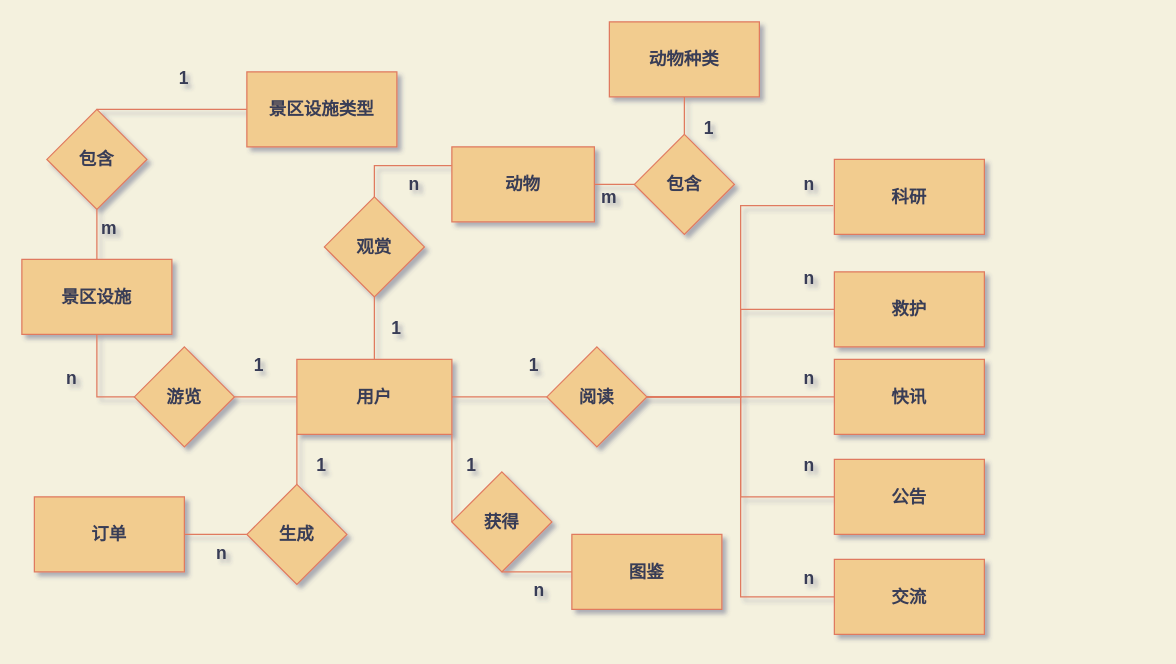
Earlier version of the draw.io diagram Untitled Diagram.drawio (Kyrenexf/zootourIMG). Source tidied: cells renumbered, new cells numbered last; positions are measured from the earlier drawing's top-left corner, leaving out a move shared by most shapes. Both pictures are drawn from the tidied source at 125%, with x=0, y=0 at pixel (21, 21).
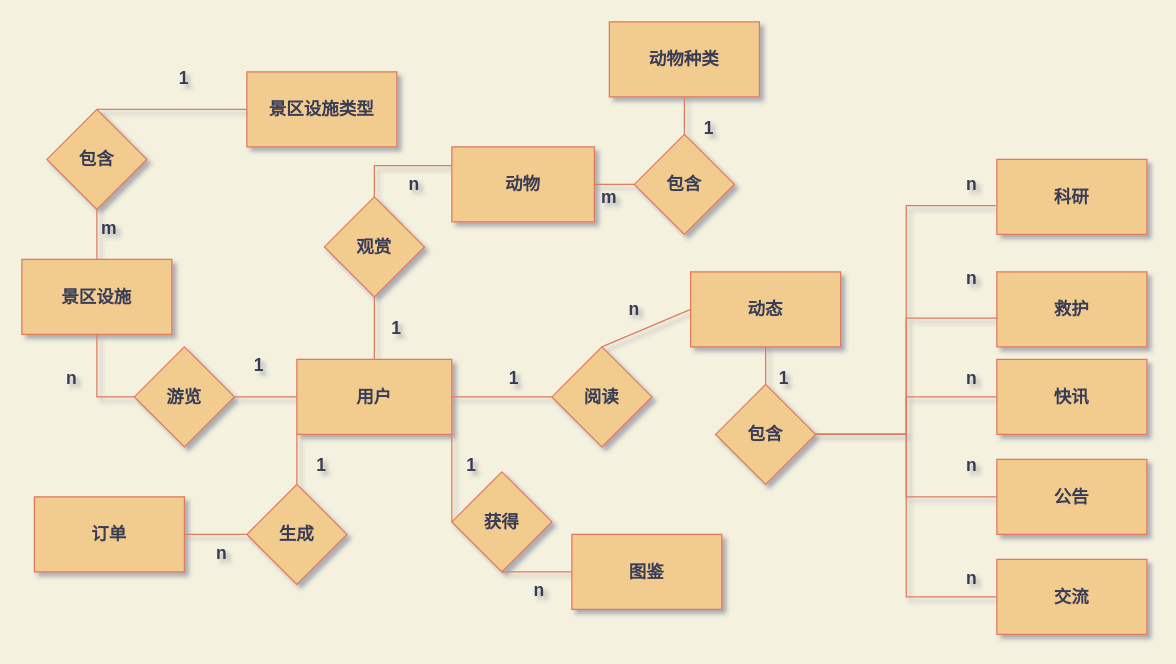
After the change.

Unchanged cells that the change refers to:
```xml
<mxCell id="2" value="用户" style="rounded=0;whiteSpace=wrap;html=1;fontSize=14;fontStyle=1;fillColor=#F2CC8F;strokeColor=#E07A5F;fontColor=#393C56;" parent="1" vertex="1">
  <mxGeometry x="220" y="270" width="124" height="60" as="geometry" />
</mxCell>
```

What changed in the source:
```diff
@@
     <mxCell id="7" value="救护" style="rounded=0;whiteSpace=wrap;html=1;fontSize=14;fontStyle=1;fillColor=#F2CC8F;strokeColor=#E07A5F;fontColor=#393C56;" parent="1" vertex="1">
-      <mxGeometry x="650" y="200" width="120" height="60" as="geometry" />
+      <mxGeometry x="780" y="200" width="120" height="60" as="geometry" />
     </mxCell>
     <mxCell id="8" value="快讯" style="rounded=0;whiteSpace=wrap;html=1;fontSize=14;fontStyle=1;fillColor=#F2CC8F;strokeColor=#E07A5F;fontColor=#393C56;" parent="1" vertex="1">
-      <mxGeometry x="650" y="270" width="120" height="60" as="geometry" />
+      <mxGeometry x="780" y="270" width="120" height="60" as="geometry" />
     </mxCell>
     <mxCell id="9" value="科研" style="rounded=0;whiteSpace=wrap;html=1;fontSize=14;fontStyle=1;fillColor=#F2CC8F;strokeColor=#E07A5F;fontColor=#393C56;" parent="1" vertex="1">
-      <mxGeometry x="650" y="110" width="120" height="60" as="geometry" />
+      <mxGeometry x="780" y="110" width="120" height="60" as="geometry" />
     </mxCell>
     <mxCell id="10" value="交流" style="rounded=0;whiteSpace=wrap;html=1;fontSize=14;fontStyle=1;fillColor=#F2CC8F;strokeColor=#E07A5F;fontColor=#393C56;" parent="1" vertex="1">
-      <mxGeometry x="650" y="430" width="120" height="60" as="geometry" />
+      <mxGeometry x="780" y="430" width="120" height="60" as="geometry" />
     </mxCell>
     <mxCell id="11" value="公告" style="rounded=0;whiteSpace=wrap;html=1;fontSize=14;fontStyle=1;fillColor=#F2CC8F;strokeColor=#E07A5F;fontColor=#393C56;" parent="1" vertex="1">
-      <mxGeometry x="650" y="350" width="120" height="60" as="geometry" />
+      <mxGeometry x="780" y="350" width="120" height="60" as="geometry" />
     </mxCell>
@@
-    <mxCell id="26" value="阅读" style="rhombus;whiteSpace=wrap;html=1;fontSize=14;fontStyle=1;fillColor=#F2CC8F;strokeColor=#E07A5F;fontColor=#393C56;" parent="1" vertex="1">
-      <mxGeometry x="420" y="260" width="80" height="80" as="geometry" />
-    </mxCell>
@@
-    <mxCell id="28" style="endArrow=none;html=1;rounded=0;exitX=1;exitY=0.5;exitDx=0;exitDy=0;entryX=0;entryY=0.5;entryDx=0;entryDy=0;fontSize=14;fontStyle=1;strokeColor=#E07A5F;fontColor=#393C56;labelBackgroundColor=#F4F1DE;" parent="1" edge="1" source="2" target="26">
+    <mxCell id="28" style="endArrow=none;html=1;rounded=0;exitX=1;exitY=0.5;exitDx=0;exitDy=0;fontSize=14;fontStyle=1;strokeColor=#E07A5F;fontColor=#393C56;labelBackgroundColor=#F4F1DE;entryX=0;entryY=0.5;entryDx=0;entryDy=0;edgeStyle=orthogonalEdgeStyle;" parent="1" edge="1" source="2" target="58">
       <mxGeometry relative="1" as="geometry" />
     </mxCell>
@@
-    <mxCell id="30" style="endArrow=none;html=1;rounded=0;exitX=1;exitY=0.5;exitDx=0;exitDy=0;edgeStyle=orthogonalEdgeStyle;fontSize=14;fontStyle=1;strokeColor=#E07A5F;fontColor=#393C56;labelBackgroundColor=#F4F1DE;" parent="1" edge="1" source="26" target="7">
+    <mxCell id="30" style="endArrow=none;html=1;rounded=0;exitX=1;exitY=0.5;exitDx=0;exitDy=0;edgeStyle=orthogonalEdgeStyle;fontSize=14;fontStyle=1;strokeColor=#E07A5F;fontColor=#393C56;labelBackgroundColor=#F4F1DE;entryX=0.008;entryY=0.617;entryDx=0;entryDy=0;entryPerimeter=0;" parent="1" edge="1" source="26" target="7">
       <mxGeometry relative="1" as="geometry" />
     </mxCell>
@@
-    <mxCell id="33" style="endArrow=none;html=1;rounded=0;entryX=0;entryY=0.5;entryDx=0;entryDy=0;exitX=1;exitY=0.5;exitDx=0;exitDy=0;edgeStyle=orthogonalEdgeStyle;fontSize=14;fontStyle=1;strokeColor=#E07A5F;fontColor=#393C56;labelBackgroundColor=#F4F1DE;" parent="1" edge="1" source="26" target="11">
+    <mxCell id="33" style="endArrow=none;html=1;rounded=0;entryX=0;entryY=0.5;entryDx=0;entryDy=0;edgeStyle=orthogonalEdgeStyle;fontSize=14;fontStyle=1;strokeColor=#E07A5F;fontColor=#393C56;labelBackgroundColor=#F4F1DE;startArrow=none;" parent="1" edge="1" source="26" target="11">
       <mxGeometry relative="1" as="geometry" />
     </mxCell>
@@
     <mxCell id="47" value="n" style="text;html=1;strokeColor=none;fillColor=none;align=center;verticalAlign=middle;whiteSpace=wrap;rounded=0;fontSize=14;fontStyle=1;fontColor=#393C56;" parent="1" vertex="1">
-      <mxGeometry x="600" y="115" width="60" height="30" as="geometry" />
+      <mxGeometry x="730" y="115" width="60" height="30" as="geometry" />
     </mxCell>
     <mxCell id="48" value="n" style="text;html=1;strokeColor=none;fillColor=none;align=center;verticalAlign=middle;whiteSpace=wrap;rounded=0;fontSize=14;fontStyle=1;fontColor=#393C56;" parent="1" vertex="1">
-      <mxGeometry x="600" y="190" width="60" height="30" as="geometry" />
+      <mxGeometry x="730" y="190" width="60" height="30" as="geometry" />
     </mxCell>
     <mxCell id="49" value="n" style="text;html=1;strokeColor=none;fillColor=none;align=center;verticalAlign=middle;whiteSpace=wrap;rounded=0;fontSize=14;fontStyle=1;fontColor=#393C56;" parent="1" vertex="1">
-      <mxGeometry x="600" y="270" width="60" height="30" as="geometry" />
+      <mxGeometry x="730" y="270" width="60" height="30" as="geometry" />
     </mxCell>
     <mxCell id="50" value="n" style="text;html=1;strokeColor=none;fillColor=none;align=center;verticalAlign=middle;whiteSpace=wrap;rounded=0;fontSize=14;fontStyle=1;fontColor=#393C56;" parent="1" vertex="1">
-      <mxGeometry x="600" y="340" width="60" height="30" as="geometry" />
+      <mxGeometry x="730" y="340" width="60" height="30" as="geometry" />
     </mxCell>
     <mxCell id="51" value="n" style="text;html=1;strokeColor=none;fillColor=none;align=center;verticalAlign=middle;whiteSpace=wrap;rounded=0;fontSize=14;fontStyle=1;fontColor=#393C56;" parent="1" vertex="1">
-      <mxGeometry x="600" y="430" width="60" height="30" as="geometry" />
+      <mxGeometry x="730" y="430" width="60" height="30" as="geometry" />
     </mxCell>
     <mxCell id="52" value="1" style="text;html=1;strokeColor=none;fillColor=none;align=center;verticalAlign=middle;whiteSpace=wrap;rounded=0;fontSize=14;fontStyle=1;fontColor=#393C56;" parent="1" vertex="1">
-      <mxGeometry x="380" y="260" width="60" height="30" as="geometry" />
+      <mxGeometry x="364" y="270" width="60" height="30" as="geometry" />
     </mxCell>
@@
+    <mxCell id="26" value="包含" style="rhombus;whiteSpace=wrap;html=1;fontSize=14;fontStyle=1;fillColor=#F2CC8F;strokeColor=#E07A5F;fontColor=#393C56;" parent="1" vertex="1">
+      <mxGeometry x="555" y="290" width="80" height="80" as="geometry" />
+    </mxCell>
+    <mxCell id="57" style="endArrow=none;html=1;rounded=0;entryX=0.5;entryY=0;entryDx=0;entryDy=0;edgeStyle=orthogonalEdgeStyle;fontSize=14;fontStyle=1;strokeColor=#E07A5F;fontColor=#393C56;labelBackgroundColor=#F4F1DE;exitX=0.5;exitY=1;exitDx=0;exitDy=0;" parent="1" edge="1" source="59" target="26">
+      <mxGeometry relative="1" as="geometry" />
+    </mxCell>
+    <mxCell id="58" value="阅读" style="rhombus;whiteSpace=wrap;html=1;fontSize=14;fontStyle=1;fillColor=#F2CC8F;strokeColor=#E07A5F;fontColor=#393C56;" parent="1" vertex="1">
+      <mxGeometry x="424" y="260" width="80" height="80" as="geometry" />
+    </mxCell>
+    <mxCell id="59" value="动态" style="rounded=0;whiteSpace=wrap;html=1;fontSize=14;fontStyle=1;fillColor=#F2CC8F;strokeColor=#E07A5F;fontColor=#393C56;" parent="1" vertex="1">
+      <mxGeometry x="535" y="200" width="120" height="60" as="geometry" />
+    </mxCell>
+    <mxCell id="60" style="endArrow=none;html=1;rounded=1;sketch=0;fontColor=#393C56;strokeColor=#E07A5F;fillColor=#F2CC8F;exitX=0.5;exitY=0;exitDx=0;exitDy=0;entryX=0;entryY=0.5;entryDx=0;entryDy=0;" parent="1" edge="1" source="58" target="59">
+      <mxGeometry relative="1" as="geometry" />
+    </mxCell>
+    <mxCell id="61" value="n" style="text;html=1;strokeColor=none;fillColor=none;align=center;verticalAlign=middle;whiteSpace=wrap;rounded=0;fontSize=14;fontStyle=1;fontColor=#393C56;" parent="1" vertex="1">
+      <mxGeometry x="460" y="215" width="60" height="30" as="geometry" />
+    </mxCell>
+    <mxCell id="62" value="1" style="text;html=1;strokeColor=none;fillColor=none;align=center;verticalAlign=middle;whiteSpace=wrap;rounded=0;fontSize=14;fontStyle=1;fontColor=#393C56;" parent="1" vertex="1">
+      <mxGeometry x="580" y="270" width="60" height="30" as="geometry" />
+    </mxCell>
```
